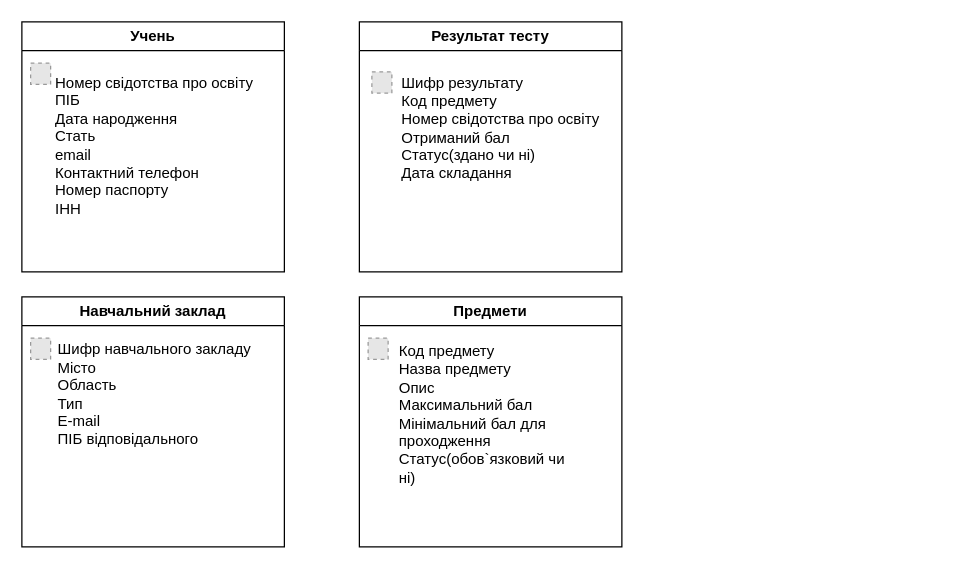
hucketa/CP keeps this draw.io diagram as page "Інформаційні об`єкти" (1 of 2) of Database cheme.drawio. Above is the earlier version. Source tidied: cells renumbered, new cells numbered last; positions are measured from the earlier drawing's top-left corner, leaving out a move shared by most shapes. Both pictures are drawn from the tidied source at 125%, with x=0, y=0 at pixel (21, 21). Pictures stored in the file or linked from it are replaced by grey dashed boxes.
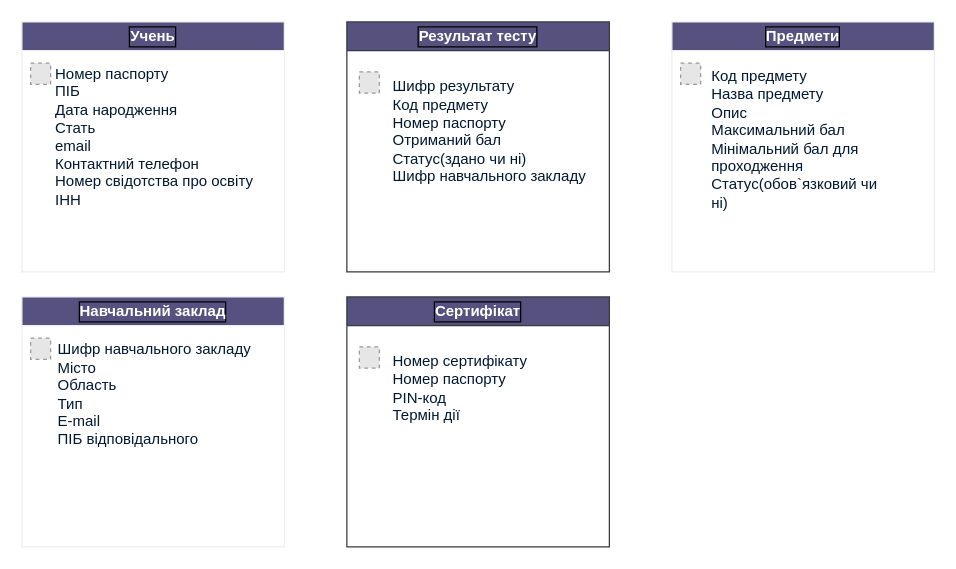
Above is the later version.

The edit, as a diff of the source:
```diff
@@
 <mxGraphModel>
   <root>
     <mxCell id="0" />
     <mxCell id="1" parent="0" />
-    <mxCell id="2" value="Учень" style="swimlane;whiteSpace=wrap;html=1;" parent="1" vertex="1">
+    <mxCell id="2" value="Учень" style="swimlane;whiteSpace=wrap;html=1;labelBackgroundColor=none;fillColor=#56517E;strokeColor=#EEEEEE;fontColor=#ffffff;labelBorderColor=default;" parent="1" vertex="1">
       <mxGeometry width="210" height="200" as="geometry" />
     </mxCell>
-    <mxCell id="3" value="Номер свідотства про освіту&lt;div&gt;ПІБ&lt;/div&gt;&lt;div&gt;Дата народження&lt;/div&gt;&lt;div&gt;Стать&lt;/div&gt;&lt;div&gt;email&lt;/div&gt;&lt;div&gt;Контактний телефон&lt;/div&gt;&lt;div&gt;&lt;span style=&quot;background-color: initial;&quot;&gt;Номер паспорту&lt;/span&gt;&lt;br&gt;&lt;/div&gt;&lt;div&gt;ІНН&lt;/div&gt;" style="text;html=1;align=left;verticalAlign=middle;strokeColor=none;fillColor=none;" parent="2" vertex="1">
-      <mxGeometry x="25" y="34" width="180" height="130" as="geometry" />
+    <mxCell id="3" value="&lt;div&gt;&lt;span style=&quot;background-color: initial;&quot;&gt;Номер паспорту&lt;/span&gt;&lt;/div&gt;&lt;div&gt;ПІБ&lt;/div&gt;&lt;div&gt;Дата народження&lt;/div&gt;&lt;div&gt;Стать&lt;/div&gt;&lt;div&gt;email&lt;/div&gt;&lt;div&gt;Контактний телефон&lt;/div&gt;Номер свідотства про освіту&lt;div&gt;&lt;/div&gt;&lt;div&gt;&lt;span style=&quot;background-color: initial;&quot;&gt;ІНН&lt;/span&gt;&lt;br&gt;&lt;/div&gt;" style="text;html=1;align=left;verticalAlign=middle;strokeColor=none;fillColor=none;labelBackgroundColor=none;fontColor=#001933;labelBorderColor=none;" parent="2" vertex="1">
+      <mxGeometry x="25" y="27" width="180" height="130" as="geometry" />
     </mxCell>
-    <mxCell id="4" style="fillColor=#E6E6E6;strokeColor=#999999;dashed=1;verticalLabelPosition=bottom;labelBackgroundColor=default;verticalAlign=top;" parent="2" vertex="1">
+    <mxCell id="4" style="fillColor=#E6E6E6;strokeColor=#999999;dashed=1;verticalLabelPosition=bottom;labelBackgroundColor=none;verticalAlign=top;fontColor=#001933;" parent="2" vertex="1">
       <mxGeometry x="7" y="33" width="16" height="17" as="geometry" />
     </mxCell>
-    <mxCell id="5" value="Результат тесту" style="swimlane;whiteSpace=wrap;html=1;startSize=23;" parent="1" vertex="1">
-      <mxGeometry x="270" width="210" height="200" as="geometry" />
+    <mxCell id="5" value="Результат тесту" style="swimlane;whiteSpace=wrap;html=1;startSize=23;labelBackgroundColor=none;fillColor=#56517e;strokeColor=#36393d;fontColor=#ffffff;labelBorderColor=default;" parent="1" vertex="1">
+      <mxGeometry x="260" width="210" height="200" as="geometry" />
     </mxCell>
-    <mxCell id="6" style="fillColor=#E6E6E6;strokeColor=#999999;dashed=1;verticalLabelPosition=bottom;labelBackgroundColor=default;verticalAlign=top;" parent="5" vertex="1">
+    <mxCell id="6" style="fillColor=#E6E6E6;strokeColor=#999999;dashed=1;verticalLabelPosition=bottom;labelBackgroundColor=none;verticalAlign=top;fontColor=#001933;" parent="5" vertex="1">
       <mxGeometry x="10" y="40" width="16" height="17" as="geometry" />
     </mxCell>
-    <mxCell id="7" value="&lt;div&gt;Шифр результату&lt;/div&gt;&lt;div&gt;Код предмету&lt;/div&gt;&lt;span style=&quot;text-wrap: nowrap;&quot;&gt;Номер свідотства про освіту&lt;/span&gt;&lt;div&gt;&lt;span style=&quot;background-color: initial;&quot;&gt;Отриманий бал&amp;nbsp;&lt;/span&gt;&lt;/div&gt;&lt;div&gt;Статус(здано чи ні)&lt;/div&gt;&lt;div&gt;Дата складання&lt;/div&gt;" style="text;html=1;align=left;verticalAlign=middle;whiteSpace=wrap;rounded=0;" parent="5" vertex="1">
-      <mxGeometry x="32" y="20" width="140" height="130" as="geometry" />
+    <mxCell id="7" value="&lt;div&gt;Шифр результату&lt;/div&gt;&lt;div&gt;Код предмету&lt;/div&gt;&lt;div style=&quot;text-wrap: nowrap;&quot;&gt;&lt;span style=&quot;background-color: initial;&quot;&gt;Номер паспорту&lt;/span&gt;&lt;/div&gt;&lt;div&gt;&lt;span style=&quot;background-color: initial;&quot;&gt;Отриманий бал&amp;nbsp;&lt;/span&gt;&lt;br&gt;&lt;/div&gt;&lt;div&gt;Статус(здано чи ні)&lt;/div&gt;&lt;div&gt;&lt;div style=&quot;text-wrap: nowrap;&quot;&gt;Шифр навчального закладу&lt;/div&gt;&lt;/div&gt;&lt;div&gt;&lt;br&gt;&lt;/div&gt;" style="text;html=1;align=left;verticalAlign=middle;whiteSpace=wrap;rounded=0;labelBackgroundColor=none;fontColor=#001933;labelBorderColor=none;" parent="5" vertex="1">
+      <mxGeometry x="35" y="30" width="140" height="130" as="geometry" />
     </mxCell>
-    <mxCell id="8" value="Навчальний заклад" style="swimlane;whiteSpace=wrap;html=1;" parent="1" vertex="1">
+    <mxCell id="8" value="Навчальний заклад" style="swimlane;whiteSpace=wrap;html=1;labelBackgroundColor=none;fillColor=#56517E;strokeColor=#EEEEEE;fontColor=#ffffff;labelBorderColor=default;" parent="1" vertex="1">
       <mxGeometry y="220" width="210" height="200" as="geometry" />
     </mxCell>
-    <mxCell id="9" value="&lt;div&gt;Шифр навчального закладу&lt;/div&gt;&lt;div&gt;Місто&lt;/div&gt;&lt;div&gt;Область&lt;/div&gt;&lt;div&gt;Тип&lt;/div&gt;&lt;div&gt;E-mail&lt;/div&gt;&lt;div&gt;ПІБ відповідального&lt;/div&gt;" style="text;html=1;align=left;verticalAlign=middle;strokeColor=none;fillColor=none;" parent="8" vertex="1">
+    <mxCell id="9" value="&lt;div&gt;Шифр навчального закладу&lt;/div&gt;&lt;div&gt;Місто&lt;/div&gt;&lt;div&gt;Область&lt;/div&gt;&lt;div&gt;Тип&lt;/div&gt;&lt;div&gt;E-mail&lt;/div&gt;&lt;div&gt;ПІБ відповідального&lt;/div&gt;" style="text;html=1;align=left;verticalAlign=middle;strokeColor=none;fillColor=none;labelBackgroundColor=none;fontColor=#001933;labelBorderColor=none;" parent="8" vertex="1">
       <mxGeometry x="27" y="28" width="180" height="100" as="geometry" />
     </mxCell>
-    <mxCell id="10" style="fillColor=#E6E6E6;strokeColor=#999999;dashed=1;verticalLabelPosition=bottom;labelBackgroundColor=default;verticalAlign=top;" parent="8" vertex="1">
+    <mxCell id="10" style="fillColor=#E6E6E6;strokeColor=#999999;dashed=1;verticalLabelPosition=bottom;labelBackgroundColor=none;verticalAlign=top;fontColor=#001933;" parent="8" vertex="1">
       <mxGeometry x="7" y="33" width="16" height="17" as="geometry" />
     </mxCell>
-    <mxCell id="11" value="Предмети" style="swimlane;whiteSpace=wrap;html=1;" parent="1" vertex="1">
-      <mxGeometry x="270" y="220" width="210" height="200" as="geometry" />
+    <mxCell id="11" value="Предмети" style="swimlane;whiteSpace=wrap;html=1;labelBackgroundColor=none;fillColor=#56517E;strokeColor=#EEEEEE;fontColor=#ffffff;labelBorderColor=default;" parent="1" vertex="1">
+      <mxGeometry x="520" width="210" height="200" as="geometry" />
     </mxCell>
-    <mxCell id="12" style="fillColor=#E6E6E6;strokeColor=#999999;dashed=1;verticalLabelPosition=bottom;labelBackgroundColor=default;verticalAlign=top;" parent="11" vertex="1">
+    <mxCell id="12" style="fillColor=#E6E6E6;strokeColor=#999999;dashed=1;verticalLabelPosition=bottom;labelBackgroundColor=none;verticalAlign=top;fontColor=#001933;" parent="11" vertex="1">
       <mxGeometry x="7" y="33" width="16" height="17" as="geometry" />
     </mxCell>
-    <mxCell id="13" value="&lt;div&gt;Код предмету&lt;/div&gt;&lt;div&gt;&lt;span style=&quot;text-wrap: nowrap;&quot;&gt;Назва предмету&lt;/span&gt;&lt;/div&gt;&lt;div&gt;&lt;div&gt;&lt;span style=&quot;text-wrap: nowrap;&quot;&gt;Опис&lt;/span&gt;&lt;/div&gt;&lt;div&gt;&lt;span style=&quot;background-color: initial;&quot;&gt;Максимальний бал&lt;/span&gt;&lt;br&gt;&lt;/div&gt;&lt;div&gt;Мінімальний бал для проходження&lt;br&gt;&lt;/div&gt;&lt;/div&gt;&lt;div&gt;Статус(обов`язковий чи ні)&lt;/div&gt;" style="text;html=1;align=left;verticalAlign=middle;whiteSpace=wrap;rounded=0;" parent="11" vertex="1">
+    <mxCell id="13" value="&lt;div&gt;Код предмету&lt;/div&gt;&lt;div&gt;&lt;span style=&quot;text-wrap: nowrap;&quot;&gt;Назва предмету&lt;/span&gt;&lt;/div&gt;&lt;div&gt;&lt;div&gt;&lt;span style=&quot;text-wrap: nowrap;&quot;&gt;Опис&lt;/span&gt;&lt;/div&gt;&lt;div&gt;&lt;span style=&quot;background-color: initial;&quot;&gt;Максимальний бал&lt;/span&gt;&lt;br&gt;&lt;/div&gt;&lt;div&gt;Мінімальний бал для проходження&lt;br&gt;&lt;/div&gt;&lt;/div&gt;&lt;div&gt;Статус(обов`язковий чи ні)&lt;/div&gt;" style="text;html=1;align=left;verticalAlign=middle;whiteSpace=wrap;rounded=0;labelBackgroundColor=none;fontColor=#001933;labelBorderColor=none;" parent="11" vertex="1">
       <mxGeometry x="30" y="29" width="140" height="130" as="geometry" />
     </mxCell>
+    <mxCell id="14" value="Сертифікат" style="swimlane;whiteSpace=wrap;html=1;startSize=23;labelBackgroundColor=none;fillColor=#56517e;strokeColor=#36393d;fontColor=#ffffff;labelBorderColor=default;" parent="1" vertex="1">
+      <mxGeometry x="260" y="220" width="210" height="200" as="geometry" />
+    </mxCell>
+    <mxCell id="15" style="fillColor=#E6E6E6;strokeColor=#999999;dashed=1;verticalLabelPosition=bottom;labelBackgroundColor=none;verticalAlign=top;fontColor=#001933;" parent="14" vertex="1">
+      <mxGeometry x="10" y="40" width="16" height="17" as="geometry" />
+    </mxCell>
+    <mxCell id="16" value="&lt;div&gt;&lt;span style=&quot;background-color: initial;&quot;&gt;Номер сертифікату&lt;/span&gt;&lt;/div&gt;&lt;div style=&quot;text-wrap: nowrap;&quot;&gt;&lt;span style=&quot;background-color: initial;&quot;&gt;Номер паспорту&lt;/span&gt;&lt;/div&gt;&lt;div&gt;&lt;span style=&quot;background-color: initial;&quot;&gt;PIN-код&lt;/span&gt;&lt;br&gt;&lt;/div&gt;&lt;div&gt;&lt;span style=&quot;text-wrap: nowrap;&quot;&gt;Термін дії&lt;/span&gt;&lt;/div&gt;" style="text;html=1;align=left;verticalAlign=middle;whiteSpace=wrap;rounded=0;labelBackgroundColor=none;fontColor=#001933;labelBorderColor=none;" parent="14" vertex="1">
+      <mxGeometry x="35" y="8" width="140" height="130" as="geometry" />
+    </mxCell>
   </root>
 </mxGraphModel>
```
